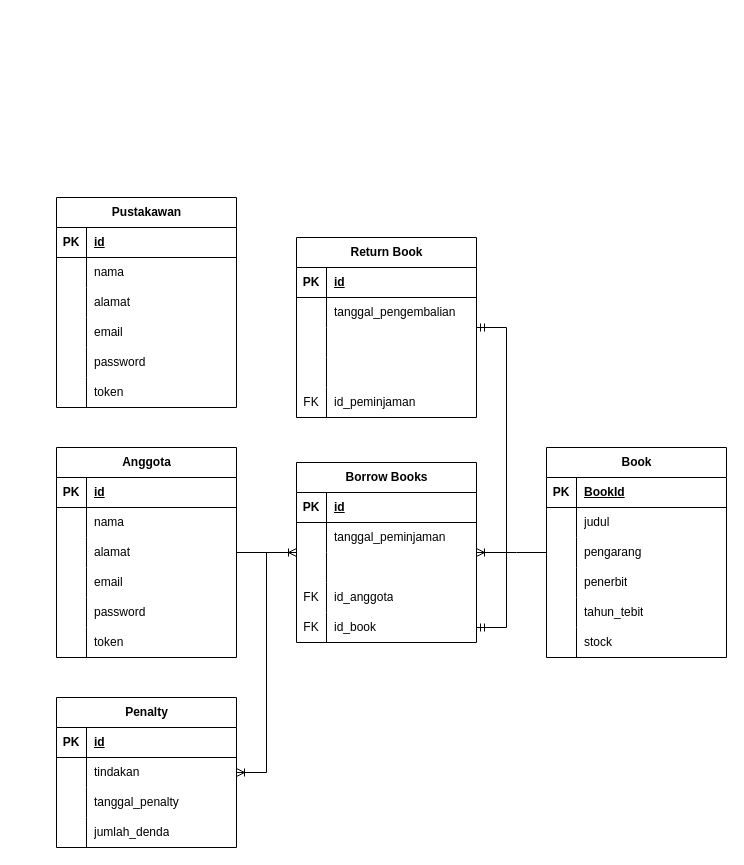
The draw.io diagram Diagram Tanpa Judul.drawio in Syaal/library, before the edit. Source tidied: cells renumbered, new cells numbered last; positions are measured from the earlier drawing's top-left corner, leaving out a move shared by most shapes. Both pictures are drawn from the tidied source at 100%, with x=0, y=0 at pixel (56, 197).
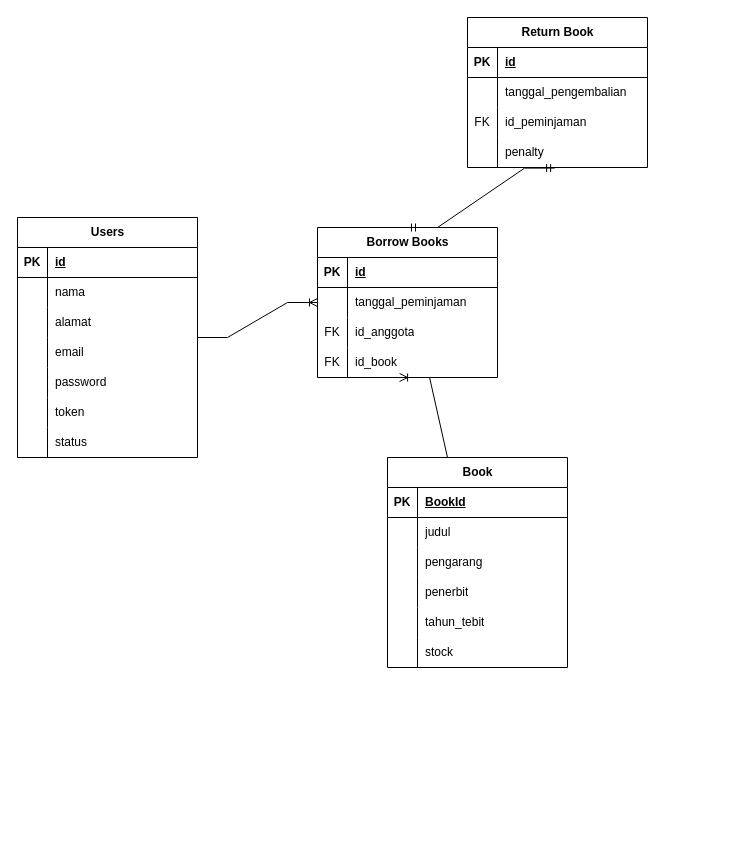
Above is the later version.

Diff of the diagram source:
```diff
@@
     <mxCell id="2" value="Book" style="shape=table;startSize=30;childLayout=tableLayout;rowLines=0;fontStyle=1;align=center;html=1;" parent="1" vertex="1">
-      <mxGeometry x="490" y="250" width="180" height="210" as="geometry" />
+      <mxGeometry x="331" y="260" width="180" height="210" as="geometry" />
     </mxCell>
@@
-    <mxCell id="21" value="Anggota" style="shape=table;startSize=30;childLayout=tableLayout;rowLines=0;fontStyle=1;align=center;html=1;" parent="1" vertex="1">
-      <mxGeometry y="250" width="180" height="210" as="geometry" />
+    <mxCell id="21" value="Users" style="shape=table;startSize=30;childLayout=tableLayout;rowLines=0;fontStyle=1;align=center;html=1;" parent="1" vertex="1">
+      <mxGeometry x="-39" y="20" width="180" height="240" as="geometry" />
     </mxCell>
@@
-    <mxCell id="40" value="Penalty" style="shape=table;startSize=30;childLayout=tableLayout;rowLines=0;fontStyle=1;align=center;html=1;" parent="1" vertex="1">
-      <mxGeometry y="500" width="180" height="150" as="geometry" />
-    </mxCell>
-    <mxCell id="41" style="shape=tableRow;horizontal=0;startSize=0;swimlaneHead=0;swimlaneBody=0;fillColor=none;top=0;left=0;right=0;bottom=1;" parent="40" vertex="1">
-      <mxGeometry y="30" width="180" height="30" as="geometry" />
-    </mxCell>
-    <mxCell id="42" value="PK" style="shape=partialRectangle;fillColor=none;top=0;left=0;bottom=0;right=0;fontStyle=1;overflow=hidden;whiteSpace=wrap;html=1;" parent="41" vertex="1">
-      <mxGeometry width="30" height="30" as="geometry" />
-    </mxCell>
-    <mxCell id="43" value="id" style="shape=partialRectangle;fillColor=none;top=0;left=0;bottom=0;right=0;align=left;spacingLeft=6;fontStyle=5;overflow=hidden;whiteSpace=wrap;html=1;" parent="41" vertex="1">
-      <mxGeometry x="30" width="150" height="30" as="geometry" />
-    </mxCell>
-    <mxCell id="44" style="shape=tableRow;horizontal=0;startSize=0;swimlaneHead=0;swimlaneBody=0;fillColor=none;top=0;left=0;right=0;bottom=0;" parent="40" vertex="1">
-      <mxGeometry y="60" width="180" height="30" as="geometry" />
-    </mxCell>
-    <mxCell id="45" style="shape=partialRectangle;fillColor=none;top=0;left=0;bottom=0;right=0;overflow=hidden;whiteSpace=wrap;html=1;" parent="44" vertex="1">
-      <mxGeometry width="30" height="30" as="geometry" />
-    </mxCell>
-    <mxCell id="46" value="tindakan" style="shape=partialRectangle;fillColor=none;top=0;left=0;bottom=0;right=0;align=left;spacingLeft=6;overflow=hidden;whiteSpace=wrap;html=1;" parent="44" vertex="1">
-      <mxGeometry x="30" width="150" height="30" as="geometry" />
-    </mxCell>
-    <mxCell id="47" style="shape=tableRow;horizontal=0;startSize=0;swimlaneHead=0;swimlaneBody=0;fillColor=none;top=0;left=0;right=0;bottom=0;" parent="40" vertex="1">
-      <mxGeometry y="90" width="180" height="30" as="geometry" />
-    </mxCell>
-    <mxCell id="48" style="shape=partialRectangle;fillColor=none;top=0;left=0;bottom=0;right=0;overflow=hidden;whiteSpace=wrap;html=1;" parent="47" vertex="1">
-      <mxGeometry width="30" height="30" as="geometry" />
-    </mxCell>
-    <mxCell id="49" value="tanggal_penalty" style="shape=partialRectangle;fillColor=none;top=0;left=0;bottom=0;right=0;align=left;spacingLeft=6;overflow=hidden;whiteSpace=wrap;html=1;" parent="47" vertex="1">
-      <mxGeometry x="30" width="150" height="30" as="geometry" />
-    </mxCell>
-    <mxCell id="50" style="shape=tableRow;horizontal=0;startSize=0;swimlaneHead=0;swimlaneBody=0;fillColor=none;top=0;left=0;right=0;bottom=0;" parent="40" vertex="1">
-      <mxGeometry y="120" width="180" height="30" as="geometry" />
-    </mxCell>
-    <mxCell id="51" style="shape=partialRectangle;fillColor=none;top=0;left=0;bottom=0;right=0;overflow=hidden;whiteSpace=wrap;html=1;" parent="50" vertex="1">
-      <mxGeometry width="30" height="30" as="geometry" />
-    </mxCell>
-    <mxCell id="52" value="jumlah_denda" style="shape=partialRectangle;fillColor=none;top=0;left=0;bottom=0;right=0;align=left;spacingLeft=6;overflow=hidden;whiteSpace=wrap;html=1;" parent="50" vertex="1">
-      <mxGeometry x="30" width="150" height="30" as="geometry" />
-    </mxCell>
+    <mxCell id="108" style="shape=tableRow;horizontal=0;startSize=0;swimlaneHead=0;swimlaneBody=0;fillColor=none;top=0;left=0;right=0;bottom=0;" parent="21" vertex="1">
+      <mxGeometry y="210" width="180" height="30" as="geometry" />
+    </mxCell>
+    <mxCell id="109" style="shape=partialRectangle;fillColor=none;top=0;left=0;bottom=0;right=0;overflow=hidden;whiteSpace=wrap;html=1;" parent="108" vertex="1">
+      <mxGeometry width="30" height="30" as="geometry" />
+    </mxCell>
+    <mxCell id="110" value="status" style="shape=partialRectangle;fillColor=none;top=0;left=0;bottom=0;right=0;align=left;spacingLeft=6;overflow=hidden;whiteSpace=wrap;html=1;" parent="108" vertex="1">
+      <mxGeometry x="30" width="150" height="30" as="geometry" />
+    </mxCell>
     <mxCell id="53" value="Borrow Books" style="shape=table;startSize=30;childLayout=tableLayout;rowLines=0;fontStyle=1;align=center;html=1;" parent="1" vertex="1">
-      <mxGeometry x="240" y="265" width="180" height="180" as="geometry" />
+      <mxGeometry x="261" y="30" width="180" height="150" as="geometry" />
     </mxCell>
@@
-    <mxCell id="60" style="shape=tableRow;horizontal=0;startSize=0;swimlaneHead=0;swimlaneBody=0;fillColor=none;top=0;left=0;right=0;bottom=0;" parent="53" vertex="1">
-      <mxGeometry y="90" width="180" height="30" as="geometry" />
-    </mxCell>
-    <mxCell id="61" style="shape=partialRectangle;fillColor=none;top=0;left=0;bottom=0;right=0;overflow=hidden;whiteSpace=wrap;html=1;" parent="60" vertex="1">
-      <mxGeometry width="30" height="30" as="geometry" />
-    </mxCell>
-    <mxCell id="62" style="shape=partialRectangle;fillColor=none;top=0;left=0;bottom=0;right=0;align=left;spacingLeft=6;overflow=hidden;whiteSpace=wrap;html=1;" parent="60" vertex="1">
-      <mxGeometry x="30" width="150" height="30" as="geometry" />
-    </mxCell>
     <mxCell id="63" style="shape=tableRow;horizontal=0;startSize=0;swimlaneHead=0;swimlaneBody=0;fillColor=none;top=0;left=0;right=0;bottom=0;" parent="53" vertex="1">
-      <mxGeometry y="120" width="180" height="30" as="geometry" />
+      <mxGeometry y="90" width="180" height="30" as="geometry" />
     </mxCell>
@@
     <mxCell id="66" style="shape=tableRow;horizontal=0;startSize=0;swimlaneHead=0;swimlaneBody=0;fillColor=none;points=[[0,0.5],[1,0.5]];portConstraint=eastwest;top=0;left=0;right=0;bottom=0;" parent="53" vertex="1">
-      <mxGeometry y="150" width="180" height="30" as="geometry" />
+      <mxGeometry y="120" width="180" height="30" as="geometry" />
     </mxCell>
@@
+    <mxCell id="85" style="edgeStyle=entityRelationEdgeStyle;fontSize=12;html=1;endArrow=ERoneToMany;rounded=0;" parent="1" edge="1" source="21" target="53">
+      <mxGeometry relative="1" as="geometry" />
+    </mxCell>
+    <mxCell id="106" style="edgeStyle=entityRelationEdgeStyle;fontSize=12;html=1;endArrow=ERoneToMany;rounded=0;entryX=0.456;entryY=1;entryDx=0;entryDy=0;entryPerimeter=0;exitX=0.5;exitY=0;exitDx=0;exitDy=0;" parent="1" edge="1" source="2" target="66">
+      <mxGeometry relative="1" as="geometry" />
+    </mxCell>
+    <mxCell id="107" style="edgeStyle=entityRelationEdgeStyle;fontSize=12;html=1;endArrow=ERmandOne;startArrow=ERmandOne;rounded=0;entryX=0.5;entryY=0;entryDx=0;entryDy=0;exitX=0.484;exitY=1.02;exitDx=0;exitDy=0;exitPerimeter=0;" parent="1" edge="1" source="111" target="53">
+      <mxGeometry relative="1" as="geometry">
+        <Array as="points">
+          <mxPoint x="310" y="420" />
+          <mxPoint x="410" y="450" />
+          <mxPoint x="330" y="300" />
+          <mxPoint x="380" y="370" />
+        </Array>
+      </mxGeometry>
+    </mxCell>
     <mxCell id="69" value="Return Book" style="shape=table;startSize=30;childLayout=tableLayout;rowLines=0;fontStyle=1;align=center;html=1;" parent="1" vertex="1">
-      <mxGeometry x="240" y="40" width="180" height="180" as="geometry" />
+      <mxGeometry x="411" y="-180" width="180" height="150" as="geometry" />
     </mxCell>
@@
-    <mxCell id="76" style="shape=tableRow;horizontal=0;startSize=0;swimlaneHead=0;swimlaneBody=0;fillColor=none;top=0;left=0;right=0;bottom=0;" parent="69" vertex="1">
-      <mxGeometry y="90" width="180" height="30" as="geometry" />
-    </mxCell>
-    <mxCell id="77" style="shape=partialRectangle;fillColor=none;top=0;left=0;bottom=0;right=0;overflow=hidden;whiteSpace=wrap;html=1;" parent="76" vertex="1">
-      <mxGeometry width="30" height="30" as="geometry" />
-    </mxCell>
-    <mxCell id="78" style="shape=partialRectangle;fillColor=none;top=0;left=0;bottom=0;right=0;align=left;spacingLeft=6;overflow=hidden;whiteSpace=wrap;html=1;" parent="76" vertex="1">
-      <mxGeometry x="30" width="150" height="30" as="geometry" />
-    </mxCell>
-    <mxCell id="79" style="shape=tableRow;horizontal=0;startSize=0;swimlaneHead=0;swimlaneBody=0;fillColor=none;top=0;left=0;right=0;bottom=0;" parent="69" vertex="1">
-      <mxGeometry y="120" width="180" height="30" as="geometry" />
-    </mxCell>
-    <mxCell id="80" style="shape=partialRectangle;fillColor=none;top=0;left=0;bottom=0;right=0;overflow=hidden;whiteSpace=wrap;html=1;" parent="79" vertex="1">
-      <mxGeometry width="30" height="30" as="geometry" />
-    </mxCell>
-    <mxCell id="81" style="shape=partialRectangle;fillColor=none;top=0;left=0;bottom=0;right=0;align=left;spacingLeft=6;overflow=hidden;whiteSpace=wrap;html=1;" parent="79" vertex="1">
-      <mxGeometry x="30" width="150" height="30" as="geometry" />
-    </mxCell>
     <mxCell id="82" style="shape=tableRow;horizontal=0;startSize=0;swimlaneHead=0;swimlaneBody=0;fillColor=none;top=0;left=0;right=0;bottom=0;" parent="69" vertex="1">
-      <mxGeometry y="150" width="180" height="30" as="geometry" />
+      <mxGeometry y="90" width="180" height="30" as="geometry" />
     </mxCell>
@@
-    <mxCell id="85" style="edgeStyle=entityRelationEdgeStyle;fontSize=12;html=1;endArrow=ERoneToMany;rounded=0;" parent="1" edge="1" source="21" target="53">
-      <mxGeometry relative="1" as="geometry" />
-    </mxCell>
-    <mxCell id="86" value="Pustakawan" style="shape=table;startSize=30;childLayout=tableLayout;rowLines=0;fontStyle=1;align=center;html=1;" parent="1" vertex="1">
-      <mxGeometry width="180" height="210" as="geometry" />
-    </mxCell>
-    <mxCell id="87" style="shape=tableRow;horizontal=0;startSize=0;swimlaneHead=0;swimlaneBody=0;fillColor=none;top=0;left=0;right=0;bottom=1;" parent="86" vertex="1">
-      <mxGeometry y="30" width="180" height="30" as="geometry" />
-    </mxCell>
-    <mxCell id="88" value="PK" style="shape=partialRectangle;fillColor=none;top=0;left=0;bottom=0;right=0;fontStyle=1;overflow=hidden;whiteSpace=wrap;html=1;" parent="87" vertex="1">
-      <mxGeometry width="30" height="30" as="geometry" />
-    </mxCell>
-    <mxCell id="89" value="id" style="shape=partialRectangle;fillColor=none;top=0;left=0;bottom=0;right=0;align=left;spacingLeft=6;fontStyle=5;overflow=hidden;whiteSpace=wrap;html=1;" parent="87" vertex="1">
-      <mxGeometry x="30" width="150" height="30" as="geometry" />
-    </mxCell>
-    <mxCell id="90" style="shape=tableRow;horizontal=0;startSize=0;swimlaneHead=0;swimlaneBody=0;fillColor=none;top=0;left=0;right=0;bottom=0;" parent="86" vertex="1">
-      <mxGeometry y="60" width="180" height="30" as="geometry" />
-    </mxCell>
-    <mxCell id="91" style="shape=partialRectangle;fillColor=none;top=0;left=0;bottom=0;right=0;overflow=hidden;whiteSpace=wrap;html=1;" parent="90" vertex="1">
-      <mxGeometry width="30" height="30" as="geometry" />
-    </mxCell>
-    <mxCell id="92" value="nama" style="shape=partialRectangle;fillColor=none;top=0;left=0;bottom=0;right=0;align=left;spacingLeft=6;overflow=hidden;whiteSpace=wrap;html=1;" parent="90" vertex="1">
-      <mxGeometry x="30" width="150" height="30" as="geometry" />
-    </mxCell>
-    <mxCell id="93" style="shape=tableRow;horizontal=0;startSize=0;swimlaneHead=0;swimlaneBody=0;fillColor=none;top=0;left=0;right=0;bottom=0;" parent="86" vertex="1">
-      <mxGeometry y="90" width="180" height="30" as="geometry" />
-    </mxCell>
-    <mxCell id="94" style="shape=partialRectangle;fillColor=none;top=0;left=0;bottom=0;right=0;overflow=hidden;whiteSpace=wrap;html=1;" parent="93" vertex="1">
-      <mxGeometry width="30" height="30" as="geometry" />
-    </mxCell>
-    <mxCell id="95" value="alamat" style="shape=partialRectangle;fillColor=none;top=0;left=0;bottom=0;right=0;align=left;spacingLeft=6;overflow=hidden;whiteSpace=wrap;html=1;" parent="93" vertex="1">
-      <mxGeometry x="30" width="150" height="30" as="geometry" />
-    </mxCell>
-    <mxCell id="96" style="shape=tableRow;horizontal=0;startSize=0;swimlaneHead=0;swimlaneBody=0;fillColor=none;top=0;left=0;right=0;bottom=0;" parent="86" vertex="1">
-      <mxGeometry y="120" width="180" height="30" as="geometry" />
-    </mxCell>
-    <mxCell id="97" style="shape=partialRectangle;fillColor=none;top=0;left=0;bottom=0;right=0;overflow=hidden;whiteSpace=wrap;html=1;" parent="96" vertex="1">
-      <mxGeometry width="30" height="30" as="geometry" />
-    </mxCell>
-    <mxCell id="98" value="email" style="shape=partialRectangle;fillColor=none;top=0;left=0;bottom=0;right=0;align=left;spacingLeft=6;overflow=hidden;whiteSpace=wrap;html=1;" parent="96" vertex="1">
-      <mxGeometry x="30" width="150" height="30" as="geometry" />
-    </mxCell>
-    <mxCell id="99" style="shape=tableRow;horizontal=0;startSize=0;swimlaneHead=0;swimlaneBody=0;fillColor=none;top=0;left=0;right=0;bottom=0;" parent="86" vertex="1">
-      <mxGeometry y="150" width="180" height="30" as="geometry" />
-    </mxCell>
-    <mxCell id="100" style="shape=partialRectangle;fillColor=none;top=0;left=0;bottom=0;right=0;overflow=hidden;whiteSpace=wrap;html=1;" parent="99" vertex="1">
-      <mxGeometry width="30" height="30" as="geometry" />
-    </mxCell>
-    <mxCell id="101" value="password" style="shape=partialRectangle;fillColor=none;top=0;left=0;bottom=0;right=0;align=left;spacingLeft=6;overflow=hidden;whiteSpace=wrap;html=1;" parent="99" vertex="1">
-      <mxGeometry x="30" width="150" height="30" as="geometry" />
-    </mxCell>
-    <mxCell id="102" style="shape=tableRow;horizontal=0;startSize=0;swimlaneHead=0;swimlaneBody=0;fillColor=none;top=0;left=0;right=0;bottom=0;" parent="86" vertex="1">
-      <mxGeometry y="180" width="180" height="30" as="geometry" />
-    </mxCell>
-    <mxCell id="103" style="shape=partialRectangle;fillColor=none;top=0;left=0;bottom=0;right=0;overflow=hidden;whiteSpace=wrap;html=1;" parent="102" vertex="1">
-      <mxGeometry width="30" height="30" as="geometry" />
-    </mxCell>
-    <mxCell id="104" value="token" style="shape=partialRectangle;fillColor=none;top=0;left=0;bottom=0;right=0;align=left;spacingLeft=6;overflow=hidden;whiteSpace=wrap;html=1;" parent="102" vertex="1">
-      <mxGeometry x="30" width="150" height="30" as="geometry" />
-    </mxCell>
-    <mxCell id="105" style="edgeStyle=entityRelationEdgeStyle;fontSize=12;html=1;endArrow=ERoneToMany;rounded=0;" parent="1" edge="1" source="21" target="40">
-      <mxGeometry relative="1" as="geometry" />
-    </mxCell>
-    <mxCell id="106" style="edgeStyle=entityRelationEdgeStyle;fontSize=12;html=1;endArrow=ERoneToMany;rounded=0;" parent="1" edge="1" source="2" target="53">
-      <mxGeometry relative="1" as="geometry" />
-    </mxCell>
-    <mxCell id="107" style="edgeStyle=entityRelationEdgeStyle;fontSize=12;html=1;endArrow=ERmandOne;startArrow=ERmandOne;rounded=0;" parent="1" edge="1" source="69" target="66">
-      <mxGeometry relative="1" as="geometry">
-        <Array as="points">
-          <mxPoint x="310" y="420" />
-          <mxPoint x="410" y="450" />
-          <mxPoint x="330" y="300" />
-          <mxPoint x="380" y="370" />
-        </Array>
-      </mxGeometry>
-    </mxCell>
+    <mxCell id="111" style="shape=tableRow;horizontal=0;startSize=0;swimlaneHead=0;swimlaneBody=0;fillColor=none;points=[[0,0.5],[1,0.5]];portConstraint=eastwest;top=0;left=0;right=0;bottom=0;" parent="69" vertex="1">
+      <mxGeometry y="120" width="180" height="30" as="geometry" />
+    </mxCell>
+    <mxCell id="112" style="shape=partialRectangle;fillColor=none;top=0;left=0;bottom=0;right=0;overflow=hidden;whiteSpace=wrap;html=1;" parent="111" vertex="1">
+      <mxGeometry width="30" height="30" as="geometry" />
+    </mxCell>
+    <mxCell id="113" value="penalty" style="shape=partialRectangle;fillColor=none;top=0;left=0;bottom=0;right=0;align=left;spacingLeft=6;overflow=hidden;whiteSpace=wrap;html=1;" parent="111" vertex="1">
+      <mxGeometry x="30" width="150" height="30" as="geometry" />
+    </mxCell>
```
